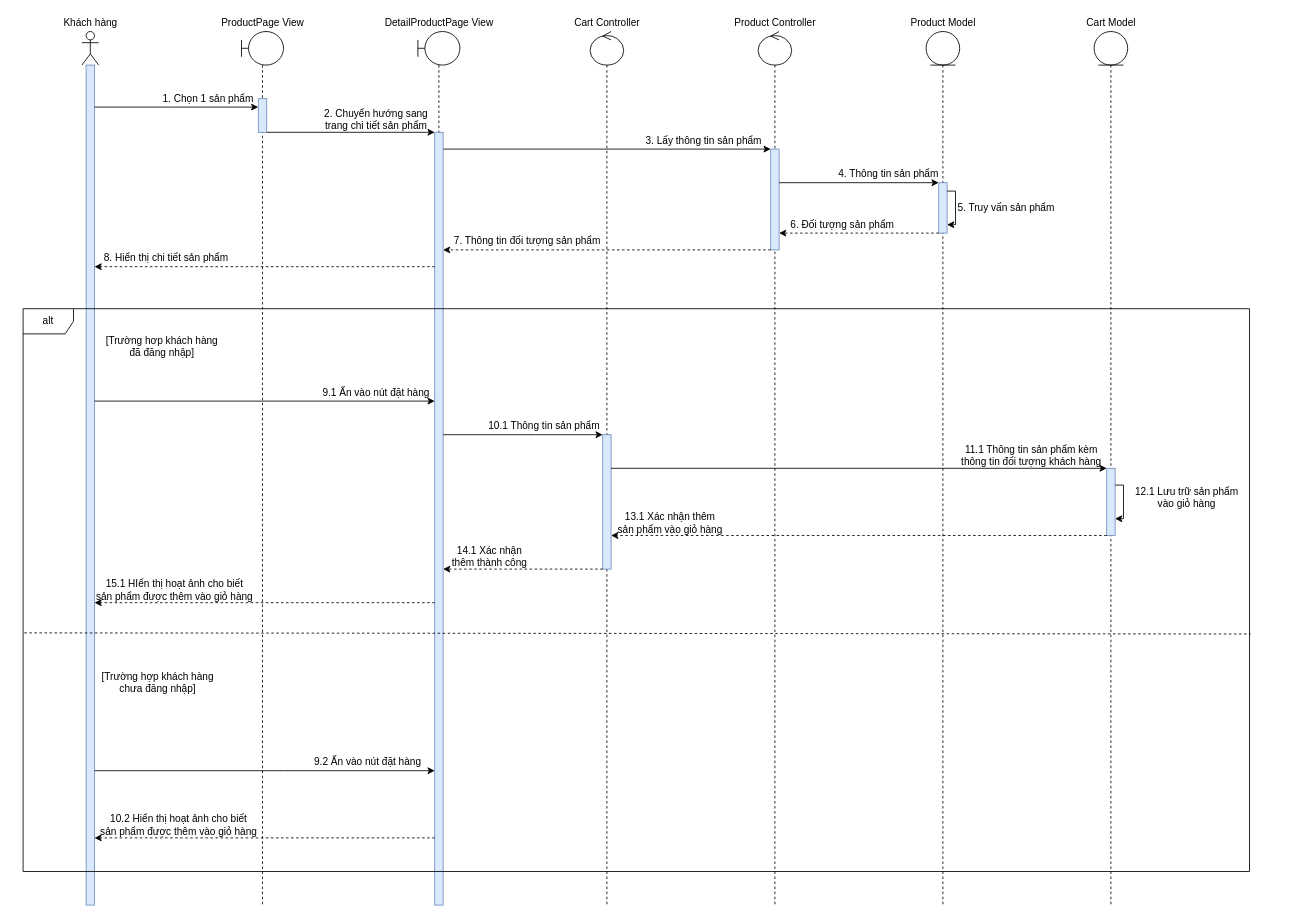
Above: Nam3_HK1/CNPM_SoftTech/Sequence Diagrams/Nguyên Lộc/SD_ĐặtHàng.drawio in EdgarIgnite16/SGU-Course (draw.io), before the change. Source tidied: cells renumbered, new cells numbered last; positions are measured from the earlier drawing's top-left corner, leaving out a move shared by most shapes. Both pictures are drawn from the tidied source at 84%, with x=0, y=0 at pixel (23, 14).
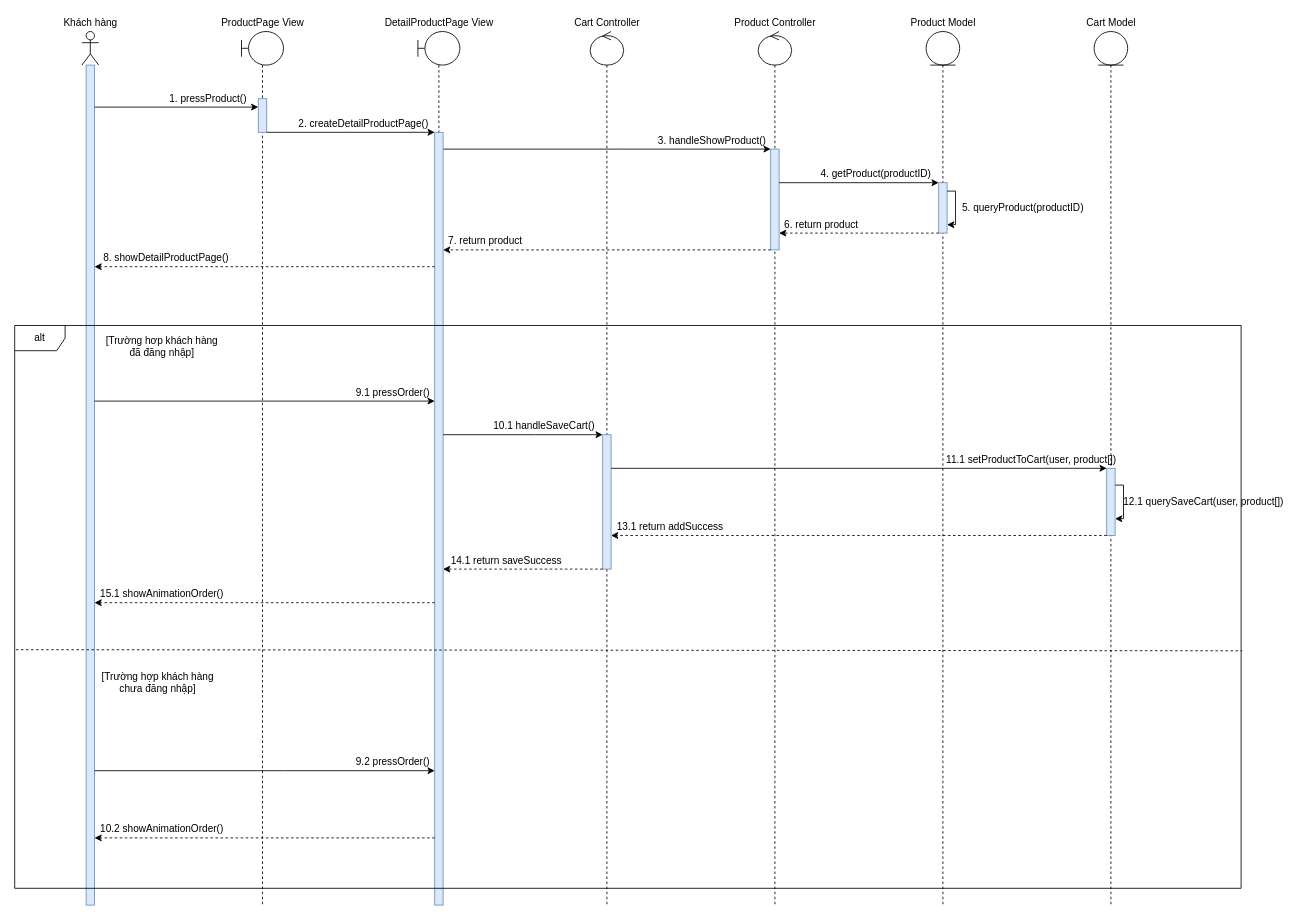
The same diagram, later.

Unchanged cells that the change refers to:
```xml
<mxCell id="33" style="shape=umlLifeline;participant=umlBoundary;perimeter=lifelinePerimeter;whiteSpace=wrap;html=1;verticalAlign=top;spacingTop=36;" parent="1" vertex="1">
  <mxGeometry x="470" y="20" width="50" height="1040" as="geometry" />
</mxCell>
```

Diff of the diagram source:
```diff
@@
-    <mxCell id="20" value="1. Chọn 1 sản phẩm" style="text;html=1;align=center;verticalAlign=middle;strokeColor=none;fillColor=none;" parent="1" vertex="1">
-      <mxGeometry x="160" y="90" width="120" height="20" as="geometry" />
+    <mxCell id="20" value="1. pressProduct()" style="text;html=1;align=center;verticalAlign=middle;strokeColor=none;fillColor=none;" parent="1" vertex="1">
+      <mxGeometry x="165" y="90" width="110" height="20" as="geometry" />
     </mxCell>
@@
-    <mxCell id="25" value="3. Lấy thông tin sản phẩm" style="text;html=1;align=center;verticalAlign=middle;strokeColor=none;fillColor=none;" parent="1" vertex="1">
-      <mxGeometry x="735" y="140" width="150" height="20" as="geometry" />
+    <mxCell id="25" value="3. handleShowProduct()" style="text;html=1;align=center;verticalAlign=middle;strokeColor=none;fillColor=none;" parent="1" vertex="1">
+      <mxGeometry x="750" y="140" width="140" height="20" as="geometry" />
     </mxCell>
@@
-    <mxCell id="27" value="4. Thông tin sản phẩm" style="text;html=1;align=center;verticalAlign=middle;strokeColor=none;fillColor=none;" parent="1" vertex="1">
-      <mxGeometry x="965" y="180" width="130" height="20" as="geometry" />
+    <mxCell id="27" value="4. getProduct(&lt;span style=&quot;text-align: left&quot;&gt;productID&lt;/span&gt;)" style="text;html=1;align=center;verticalAlign=middle;strokeColor=none;fillColor=none;" parent="1" vertex="1">
+      <mxGeometry x="940" y="180" width="150" height="20" as="geometry" />
     </mxCell>
-    <mxCell id="28" value="5. Truy vấn sản phẩm" style="text;html=1;align=center;verticalAlign=middle;strokeColor=none;fillColor=none;" parent="1" vertex="1">
-      <mxGeometry x="1105" y="220" width="130" height="20" as="geometry" />
+    <mxCell id="28" value="5. queryProduct(productID)" style="text;html=1;align=center;verticalAlign=middle;strokeColor=none;fillColor=none;" parent="1" vertex="1">
+      <mxGeometry x="1110" y="220" width="160" height="20" as="geometry" />
     </mxCell>
@@
-    <mxCell id="30" value="6. Đối tượng sản phẩm" style="text;html=1;align=center;verticalAlign=middle;strokeColor=none;fillColor=none;" parent="1" vertex="1">
-      <mxGeometry x="905" y="240" width="140" height="20" as="geometry" />
+    <mxCell id="30" value="6. return product" style="text;html=1;align=center;verticalAlign=middle;strokeColor=none;fillColor=none;" parent="1" vertex="1">
+      <mxGeometry x="900" y="240" width="100" height="20" as="geometry" />
     </mxCell>
@@
-    <mxCell id="32" value="7. Thông tin đối tượng sản phẩm" style="text;html=1;align=center;verticalAlign=middle;strokeColor=none;fillColor=none;" parent="1" vertex="1">
-      <mxGeometry x="505" y="260" width="190" height="20" as="geometry" />
+    <mxCell id="32" value="7. return product" style="text;html=1;align=center;verticalAlign=middle;strokeColor=none;fillColor=none;" parent="1" vertex="1">
+      <mxGeometry x="500" y="260" width="100" height="20" as="geometry" />
     </mxCell>
@@
+    <mxCell id="57" value="9.2 pressOrder()" style="text;html=1;align=center;verticalAlign=middle;strokeColor=none;fillColor=none;" parent="33" vertex="1">
+      <mxGeometry x="-80" y="860" width="100" height="20" as="geometry" />
+    </mxCell>
@@
-    <mxCell id="37" value="2. Chuyển hướng sang &lt;br&gt;trang chi tiết sản phẩm" style="text;html=1;align=center;verticalAlign=middle;strokeColor=none;fillColor=none;" parent="1" vertex="1">
-      <mxGeometry x="350" y="110" width="140" height="30" as="geometry" />
+    <mxCell id="37" value="2. createDetailProductPage()" style="text;html=1;align=center;verticalAlign=middle;strokeColor=none;fillColor=none;" parent="1" vertex="1">
+      <mxGeometry x="320" y="120" width="170" height="20" as="geometry" />
     </mxCell>
@@
-    <mxCell id="39" value="8. Hiển thị chi tiết sản phẩm" style="text;html=1;align=center;verticalAlign=middle;strokeColor=none;fillColor=none;" parent="1" vertex="1">
+    <mxCell id="39" value="8. showDetailProductPage()" style="text;html=1;align=center;verticalAlign=middle;strokeColor=none;fillColor=none;" parent="1" vertex="1">
       <mxGeometry x="90" y="280" width="160" height="20" as="geometry" />
     </mxCell>
@@
-    <mxCell id="48" value="9.1 Ấn vào nút đặt hàng" style="text;html=1;align=center;verticalAlign=middle;strokeColor=none;fillColor=none;" parent="1" vertex="1">
-      <mxGeometry x="350" y="440" width="140" height="20" as="geometry" />
+    <mxCell id="48" value="9.1 pressOrder()" style="text;html=1;align=center;verticalAlign=middle;strokeColor=none;fillColor=none;" parent="1" vertex="1">
+      <mxGeometry x="390" y="440" width="100" height="20" as="geometry" />
     </mxCell>
-    <mxCell id="49" value="10.1 Thông tin sản phẩm" style="text;html=1;align=center;verticalAlign=middle;strokeColor=none;fillColor=none;" parent="1" vertex="1">
-      <mxGeometry x="545" y="480" width="150" height="20" as="geometry" />
+    <mxCell id="49" value="10.1 handleSaveCart()" style="text;html=1;align=center;verticalAlign=middle;strokeColor=none;fillColor=none;" parent="1" vertex="1">
+      <mxGeometry x="550" y="480" width="140" height="20" as="geometry" />
     </mxCell>
-    <mxCell id="50" value="11.1 Thông tin sản phẩm kèm &lt;br&gt;thông tin đối tượng khách hàng" style="text;html=1;align=center;verticalAlign=middle;strokeColor=none;fillColor=none;" parent="1" vertex="1">
-      <mxGeometry x="1110" y="510" width="180" height="30" as="geometry" />
+    <mxCell id="50" value="11.1 setProductToCart(user, product[])" style="text;html=1;align=center;verticalAlign=middle;strokeColor=none;fillColor=none;" parent="1" vertex="1">
+      <mxGeometry x="1090" y="520" width="220" height="20" as="geometry" />
     </mxCell>
-    <mxCell id="51" value="12.1 Lưu trữ sản phẩm&lt;br&gt;vào giỏ hàng" style="text;html=1;align=center;verticalAlign=middle;strokeColor=none;fillColor=none;" parent="1" vertex="1">
-      <mxGeometry x="1315" y="560" width="140" height="30" as="geometry" />
+    <mxCell id="51" value="12.1 querySaveCart(user, product[])" style="text;html=1;align=center;verticalAlign=middle;strokeColor=none;fillColor=none;" parent="1" vertex="1">
+      <mxGeometry x="1300" y="570" width="210" height="20" as="geometry" />
     </mxCell>
-    <mxCell id="52" value="13.1 Xác nhận thêm &lt;br&gt;sản phẩm vào giỏ hàng" style="text;html=1;align=center;verticalAlign=middle;strokeColor=none;fillColor=none;" parent="1" vertex="1">
-      <mxGeometry x="700" y="590" width="140" height="30" as="geometry" />
+    <mxCell id="52" value="13.1 return addSuccess" style="text;html=1;align=center;verticalAlign=middle;strokeColor=none;fillColor=none;" parent="1" vertex="1">
+      <mxGeometry x="700" y="600" width="140" height="20" as="geometry" />
     </mxCell>
-    <mxCell id="53" value="14.1 Xác nhận &lt;br&gt;thêm thành công" style="text;html=1;align=center;verticalAlign=middle;strokeColor=none;fillColor=none;" parent="1" vertex="1">
-      <mxGeometry x="505" y="630" width="100" height="30" as="geometry" />
+    <mxCell id="53" value="14.1 return saveSuccess" style="text;html=1;align=center;verticalAlign=middle;strokeColor=none;fillColor=none;" parent="1" vertex="1">
+      <mxGeometry x="500" y="640" width="150" height="20" as="geometry" />
     </mxCell>
-    <mxCell id="54" value="15.1 HIển thị hoạt ảnh cho biết&lt;br&gt;sản phẩm được thêm vào giỏ hàng" style="text;html=1;align=center;verticalAlign=middle;strokeColor=none;fillColor=none;" parent="1" vertex="1">
-      <mxGeometry x="80" y="670" width="200" height="30" as="geometry" />
+    <mxCell id="54" value="15.1 showAnimationOrder()" style="text;html=1;align=center;verticalAlign=middle;strokeColor=none;fillColor=none;" parent="1" vertex="1">
+      <mxGeometry x="85" y="680" width="160" height="20" as="geometry" />
     </mxCell>
@@
-    <mxCell id="57" value="9.2 Ấn vào nút đặt hàng" style="text;html=1;align=center;verticalAlign=middle;strokeColor=none;fillColor=none;" parent="1" vertex="1">
-      <mxGeometry x="340" y="880" width="140" height="20" as="geometry" />
-    </mxCell>
-    <mxCell id="58" value="10.2 Hiển thị hoạt ảnh cho biết&lt;br&gt;sản phẩm được thêm vào giỏ hàng" style="text;html=1;align=center;verticalAlign=middle;strokeColor=none;fillColor=none;" parent="1" vertex="1">
-      <mxGeometry x="85" y="950" width="200" height="30" as="geometry" />
+    <mxCell id="58" value="10.2 showAnimationOrder()" style="text;html=1;align=center;verticalAlign=middle;strokeColor=none;fillColor=none;" parent="1" vertex="1">
+      <mxGeometry x="85" y="960" width="160" height="20" as="geometry" />
     </mxCell>
     <mxCell id="59" value="alt" style="shape=umlFrame;whiteSpace=wrap;html=1;" parent="1" vertex="1">
-      <mxGeometry y="350" width="1460" height="670" as="geometry" />
+      <mxGeometry x="-10" y="370" width="1460" height="670" as="geometry" />
     </mxCell>
```
